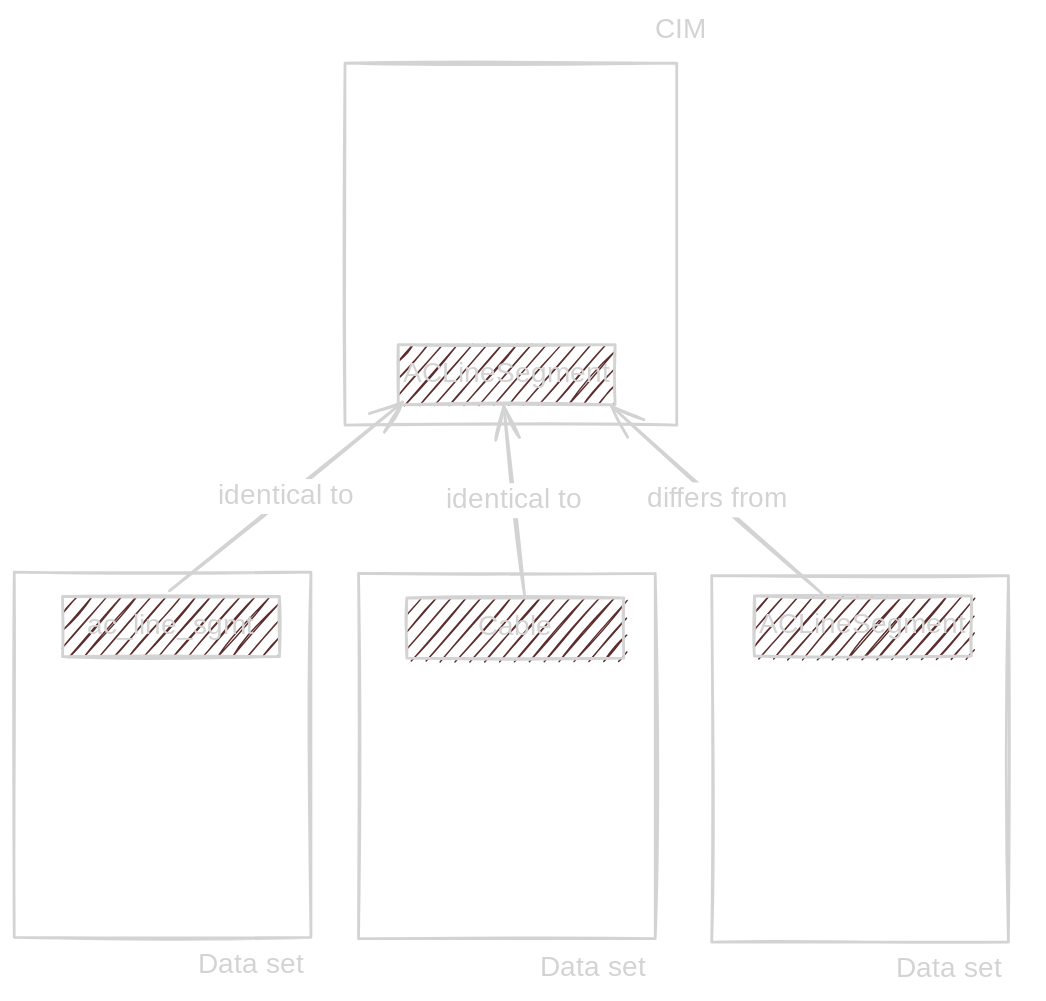
Before: cimug2024/Attachments/index 2024-05-12 16.06.21.excalidraw.dark.svg, a diagram exported from Excalidraw (bartkl/presentations). Source tidied: one line per element, renumbered; positions are measured from the earlier drawing's top-left corner, leaving out a move shared by most shapes. Its diagram source:
```json
{"id": 0, "type": "rectangle", "strokeColor": "#1e1e1e", "strokeWidth": 2, "roughness": 1, "x": 498, "y": 401, "width": 212, "height": 262}
{"id": 1, "type": "rectangle", "strokeColor": "#1e1e1e", "strokeWidth": 2, "roughness": 1, "x": 236, "y": 35, "width": 237, "height": 259}
{"id": 2, "type": "text", "text": "CIM", "strokeColor": "#1e1e1e", "strokeWidth": 2, "roughness": 1, "fontSize": 19.81, "fontFamily": 1, "x": 458, "y": 0, "width": 39, "height": 25}
{"id": 3, "type": "text", "text": "Data set", "strokeColor": "#1e1e1e", "strokeWidth": 2, "roughness": 1, "fontSize": 20, "fontFamily": 1, "x": 630, "y": 670, "width": 97, "height": 25}
{"id": 4, "type": "rectangle", "strokeColor": "#1e1e1e", "backgroundColor": "#ffc9c9", "fillStyle": "hachure", "strokeWidth": 2, "roughness": 1, "x": 274, "y": 236, "width": 155, "height": 43}
{"id": 5, "type": "text", "text": "ACLineSegment", "strokeColor": "#1e1e1e", "strokeWidth": 2, "roughness": 1, "fontSize": 20, "fontFamily": 1, "textAlign": "center", "verticalAlign": "middle", "inside": 4, "x": 282, "y": 245, "width": 140, "height": 25}
{"id": 6, "type": "rectangle", "strokeColor": "#1e1e1e", "backgroundColor": "#ffc9c9", "fillStyle": "hachure", "strokeWidth": 2, "roughness": 1, "x": 529, "y": 416, "width": 155, "height": 43}
{"id": 7, "type": "text", "text": "ACLineSegment", "strokeColor": "#1e1e1e", "strokeWidth": 2, "roughness": 1, "fontSize": 20, "fontFamily": 1, "textAlign": "center", "verticalAlign": "middle", "inside": 6, "x": 536, "y": 425, "width": 140, "height": 25}
{"id": 8, "type": "rectangle", "strokeColor": "#1e1e1e", "strokeWidth": 2, "roughness": 1, "x": 246, "y": 400, "width": 212, "height": 261}
{"id": 9, "type": "text", "text": "Data set", "strokeColor": "#1e1e1e", "strokeWidth": 2, "roughness": 1, "fontSize": 20, "fontFamily": 1, "x": 376, "y": 670, "width": 97, "height": 25}
{"id": 10, "type": "rectangle", "strokeColor": "#1e1e1e", "backgroundColor": "#ffc9c9", "fillStyle": "hachure", "strokeWidth": 2, "roughness": 1, "x": 280, "y": 417, "width": 155, "height": 43}
{"id": 11, "type": "text", "text": "Cable", "strokeColor": "#1e1e1e", "strokeWidth": 2, "roughness": 1, "fontSize": 20, "fontFamily": 1, "textAlign": "center", "verticalAlign": "middle", "inside": 10, "x": 332, "y": 426, "width": 53, "height": 25}
{"id": 12, "type": "arrow", "strokeColor": "#1e1e1e", "strokeWidth": 2, "roughness": 1, "endArrowhead": "arrow", "from": 10, "to": 4, "x": 365, "y": 415, "width": 15, "height": 135, "points": [[0, 0], [-15, -135]]}
{"id": 13, "type": "text", "text": "identical to", "strokeColor": "#1e1e1e", "strokeWidth": 2, "roughness": 1, "fontSize": 20, "fontFamily": 1, "textAlign": "center", "verticalAlign": "middle", "inside": 12, "x": 425, "y": 260, "width": 113, "height": 25}
{"id": 14, "type": "arrow", "strokeColor": "#1e1e1e", "strokeWidth": 2, "roughness": 1, "endArrowhead": "arrow", "from": 6, "to": 4, "x": 577, "y": 414, "width": 150, "height": 134, "points": [[0, 0], [-150, -134]]}
{"id": 15, "type": "text", "text": "differs from", "strokeColor": "#1e1e1e", "strokeWidth": 2, "roughness": 1, "fontSize": 20, "fontFamily": 1, "textAlign": "center", "verticalAlign": "middle", "inside": 14, "x": 565, "y": 324, "width": 118, "height": 25}
{"id": 16, "type": "rectangle", "strokeColor": "#1e1e1e", "strokeWidth": 2, "roughness": 1, "x": 0, "y": 399, "width": 212, "height": 261}
{"id": 17, "type": "text", "text": "Data set", "strokeColor": "#1e1e1e", "strokeWidth": 2, "roughness": 1, "fontSize": 20, "fontFamily": 1, "x": 131, "y": 668, "width": 97, "height": 25}
{"id": 18, "type": "rectangle", "strokeColor": "#1e1e1e", "backgroundColor": "#ffc9c9", "fillStyle": "hachure", "strokeWidth": 2, "roughness": 1, "x": 34, "y": 416, "width": 155, "height": 43}
{"id": 19, "type": "text", "text": "ac_line_sgmt", "strokeColor": "#1e1e1e", "strokeWidth": 2, "roughness": 1, "fontSize": 20, "fontFamily": 1, "textAlign": "center", "verticalAlign": "middle", "inside": 18, "x": 46, "y": 425, "width": 131, "height": 25}
{"id": 20, "type": "arrow", "strokeColor": "#1e1e1e", "backgroundColor": "#ffc9c9", "fillStyle": "hachure", "strokeWidth": 2, "roughness": 1, "endArrowhead": "arrow", "from": 18, "to": 4, "x": 111, "y": 412, "width": 166, "height": 135, "points": [[0, 0], [166, -135]]}
{"id": 21, "type": "text", "text": "identical to", "strokeColor": "#1e1e1e", "backgroundColor": "#ffc9c9", "fillStyle": "hachure", "strokeWidth": 2, "roughness": 1, "fontSize": 20, "fontFamily": 1, "textAlign": "center", "verticalAlign": "middle", "inside": 20, "x": 211, "y": 313, "width": 113, "height": 25}
```
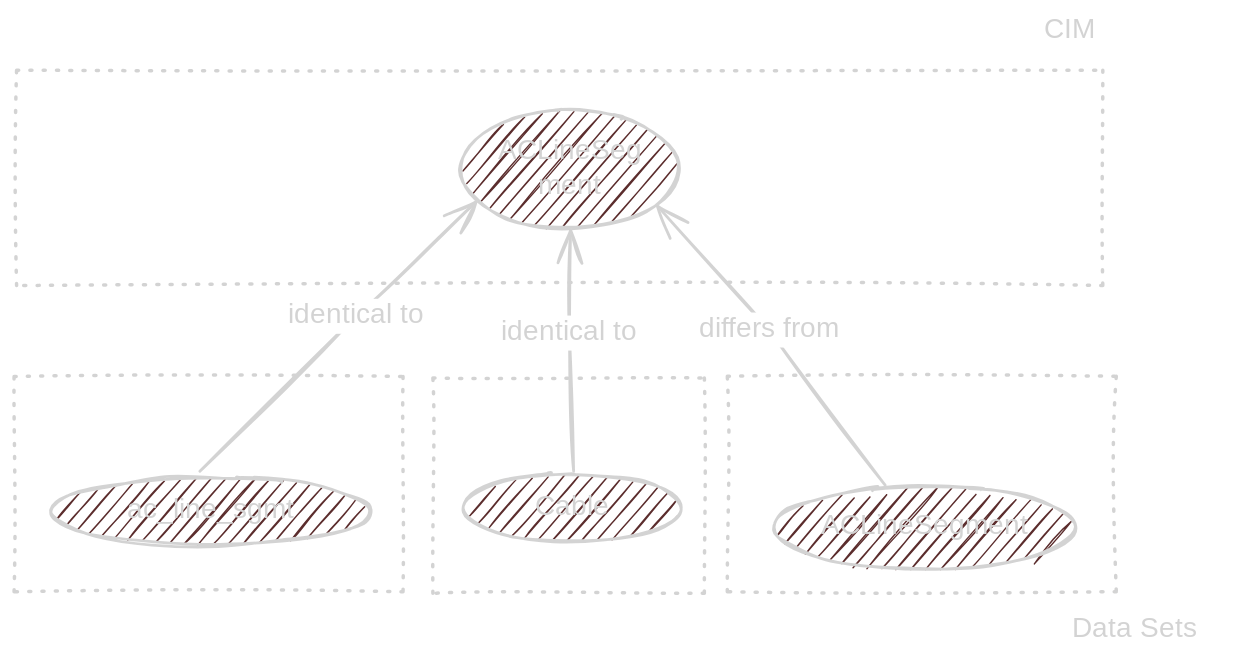
The same file after the commit.

The edit, as a diff of the source:
```diff
@@ -1,22 +1,20 @@
-{"id": 0, "type": "rectangle", "strokeColor": "#1e1e1e", "strokeWidth": 2, "roughness": 1, "x": 498, "y": 401, "width": 212, "height": 262}
-{"id": 1, "type": "rectangle", "strokeColor": "#1e1e1e", "strokeWidth": 2, "roughness": 1, "x": 236, "y": 35, "width": 237, "height": 259}
-{"id": 2, "type": "text", "text": "CIM", "strokeColor": "#1e1e1e", "strokeWidth": 2, "roughness": 1, "fontSize": 19.81, "fontFamily": 1, "x": 458, "y": 0, "width": 39, "height": 25}
+{"id": 2, "type": "text", "text": "CIM", "strokeColor": "#1e1e1e", "strokeWidth": 2, "roughness": 1, "fontSize": 19.81, "fontFamily": 1, "x": 680, "y": 82, "width": 39, "height": 25}
-{"id": 3, "type": "text", "text": "Data set", "strokeColor": "#1e1e1e", "strokeWidth": 2, "roughness": 1, "fontSize": 20, "fontFamily": 1, "x": 630, "y": 670, "width": 97, "height": 25}
-{"id": 4, "type": "rectangle", "strokeColor": "#1e1e1e", "backgroundColor": "#ffc9c9", "fillStyle": "hachure", "strokeWidth": 2, "roughness": 1, "x": 274, "y": 236, "width": 155, "height": 43}
+{"id": 4, "type": "ellipse", "strokeColor": "#1e1e1e", "backgroundColor": "#ffc9c9", "fillStyle": "hachure", "strokeWidth": 2, "roughness": 1, "x": 263, "y": 151, "width": 155, "height": 85}
-{"id": 5, "type": "text", "text": "ACLineSegment", "strokeColor": "#1e1e1e", "strokeWidth": 2, "roughness": 1, "fontSize": 20, "fontFamily": 1, "textAlign": "center", "verticalAlign": "middle", "inside": 4, "x": 282, "y": 245, "width": 140, "height": 25}
+{"id": 5, "type": "text", "text": "ACLineSeg\nment", "strokeColor": "#1e1e1e", "strokeWidth": 2, "roughness": 1, "fontSize": 20, "fontFamily": 1, "textAlign": "center", "verticalAlign": "middle", "inside": 4, "x": 293, "y": 168, "width": 96, "height": 50}
-{"id": 6, "type": "rectangle", "strokeColor": "#1e1e1e", "backgroundColor": "#ffc9c9", "fillStyle": "hachure", "strokeWidth": 2, "roughness": 1, "x": 529, "y": 416, "width": 155, "height": 43}
+{"id": 6, "type": "ellipse", "strokeColor": "#1e1e1e", "backgroundColor": "#ffc9c9", "fillStyle": "hachure", "strokeWidth": 2, "roughness": 1, "x": 487, "y": 419, "width": 215, "height": 60}
-{"id": 7, "type": "text", "text": "ACLineSegment", "strokeColor": "#1e1e1e", "strokeWidth": 2, "roughness": 1, "fontSize": 20, "fontFamily": 1, "textAlign": "center", "verticalAlign": "middle", "inside": 6, "x": 536, "y": 425, "width": 140, "height": 25}
+{"id": 7, "type": "text", "text": "ACLineSegment", "strokeColor": "#1e1e1e", "strokeWidth": 2, "roughness": 1, "fontSize": 20, "fontFamily": 1, "textAlign": "center", "verticalAlign": "middle", "inside": 6, "x": 525, "y": 437, "width": 140, "height": 25}
-{"id": 8, "type": "rectangle", "strokeColor": "#1e1e1e", "strokeWidth": 2, "roughness": 1, "x": 246, "y": 400, "width": 212, "height": 261}
-{"id": 9, "type": "text", "text": "Data set", "strokeColor": "#1e1e1e", "strokeWidth": 2, "roughness": 1, "fontSize": 20, "fontFamily": 1, "x": 376, "y": 670, "width": 97, "height": 25}
+{"id": 9, "type": "text", "text": "Data Sets", "strokeColor": "#1e1e1e", "strokeWidth": 2, "roughness": 1, "fontSize": 20, "fontFamily": 1, "x": 700, "y": 510, "width": 109, "height": 25}
-{"id": 10, "type": "rectangle", "strokeColor": "#1e1e1e", "backgroundColor": "#ffc9c9", "fillStyle": "hachure", "strokeWidth": 2, "roughness": 1, "x": 280, "y": 417, "width": 155, "height": 43}
+{"id": 10, "type": "ellipse", "strokeColor": "#1e1e1e", "backgroundColor": "#ffc9c9", "fillStyle": "hachure", "strokeWidth": 2, "roughness": 1, "x": 265, "y": 411, "width": 155, "height": 49}
-{"id": 11, "type": "text", "text": "Cable", "strokeColor": "#1e1e1e", "strokeWidth": 2, "roughness": 1, "fontSize": 20, "fontFamily": 1, "textAlign": "center", "verticalAlign": "middle", "inside": 10, "x": 332, "y": 426, "width": 53, "height": 25}
+{"id": 11, "type": "text", "text": "Cable", "strokeColor": "#1e1e1e", "strokeWidth": 2, "roughness": 1, "fontSize": 20, "fontFamily": 1, "textAlign": "center", "verticalAlign": "middle", "inside": 10, "x": 317, "y": 423, "width": 53, "height": 25}
-{"id": 12, "type": "arrow", "strokeColor": "#1e1e1e", "strokeWidth": 2, "roughness": 1, "endArrowhead": "arrow", "from": 10, "to": 4, "x": 365, "y": 415, "width": 15, "height": 135, "points": [[0, 0], [-15, -135]]}
+{"id": 12, "type": "arrow", "strokeColor": "#1e1e1e", "strokeWidth": 2, "roughness": 1, "endArrowhead": "arrow", "from": 10, "to": 4, "x": 344, "y": 409, "width": 3, "height": 172, "points": [[0, 0], [-3, -99], [-2, -172]]}
 {"id": 13, "type": "text", "text": "identical to", "strokeColor": "#1e1e1e", "strokeWidth": 2, "roughness": 1, "fontSize": 20, "fontFamily": 1, "textAlign": "center", "verticalAlign": "middle", "inside": 12, "x": 425, "y": 260, "width": 113, "height": 25}
-{"id": 14, "type": "arrow", "strokeColor": "#1e1e1e", "strokeWidth": 2, "roughness": 1, "endArrowhead": "arrow", "from": 6, "to": 4, "x": 577, "y": 414, "width": 150, "height": 134, "points": [[0, 0], [-150, -134]]}
+{"id": 14, "type": "arrow", "strokeColor": "#1e1e1e", "strokeWidth": 2, "roughness": 1, "endArrowhead": "arrow", "from": 6, "to": 4, "x": 567, "y": 419, "width": 163, "height": 200, "points": [[0, 0], [-83, -111], [-163, -200]]}
 {"id": 15, "type": "text", "text": "differs from", "strokeColor": "#1e1e1e", "strokeWidth": 2, "roughness": 1, "fontSize": 20, "fontFamily": 1, "textAlign": "center", "verticalAlign": "middle", "inside": 14, "x": 565, "y": 324, "width": 118, "height": 25}
-{"id": 16, "type": "rectangle", "strokeColor": "#1e1e1e", "strokeWidth": 2, "roughness": 1, "x": 0, "y": 399, "width": 212, "height": 261}
-{"id": 17, "type": "text", "text": "Data set", "strokeColor": "#1e1e1e", "strokeWidth": 2, "roughness": 1, "fontSize": 20, "fontFamily": 1, "x": 131, "y": 668, "width": 97, "height": 25}
-{"id": 18, "type": "rectangle", "strokeColor": "#1e1e1e", "backgroundColor": "#ffc9c9", "fillStyle": "hachure", "strokeWidth": 2, "roughness": 1, "x": 34, "y": 416, "width": 155, "height": 43}
+{"id": 18, "type": "ellipse", "strokeColor": "#1e1e1e", "backgroundColor": "#ffc9c9", "fillStyle": "hachure", "strokeWidth": 2, "roughness": 1, "x": -30, "y": 413, "width": 228, "height": 49}
-{"id": 19, "type": "text", "text": "ac_line_sgmt", "strokeColor": "#1e1e1e", "strokeWidth": 2, "roughness": 1, "fontSize": 20, "fontFamily": 1, "textAlign": "center", "verticalAlign": "middle", "inside": 18, "x": 46, "y": 425, "width": 131, "height": 25}
+{"id": 19, "type": "text", "text": "ac_line_sgmt", "strokeColor": "#1e1e1e", "strokeWidth": 2, "roughness": 1, "fontSize": 20, "fontFamily": 1, "textAlign": "center", "verticalAlign": "middle", "inside": 18, "x": 19, "y": 425, "width": 131, "height": 25}
-{"id": 20, "type": "arrow", "strokeColor": "#1e1e1e", "backgroundColor": "#ffc9c9", "fillStyle": "hachure", "strokeWidth": 2, "roughness": 1, "endArrowhead": "arrow", "from": 18, "to": 4, "x": 111, "y": 412, "width": 166, "height": 135, "points": [[0, 0], [166, -135]]}
+{"id": 20, "type": "arrow", "strokeColor": "#1e1e1e", "backgroundColor": "#ffc9c9", "fillStyle": "hachure", "strokeWidth": 2, "roughness": 1, "endArrowhead": "arrow", "from": 18, "to": 4, "x": 77, "y": 409, "width": 197, "height": 193, "points": [[0, 0], [111, -111], [197, -193]]}
 {"id": 21, "type": "text", "text": "identical to", "strokeColor": "#1e1e1e", "backgroundColor": "#ffc9c9", "fillStyle": "hachure", "strokeWidth": 2, "roughness": 1, "fontSize": 20, "fontFamily": 1, "textAlign": "center", "verticalAlign": "middle", "inside": 20, "x": 211, "y": 313, "width": 113, "height": 25}
+{"id": 22, "type": "rectangle", "strokeColor": "#1e1e1e", "strokeWidth": 2, "strokeStyle": "dotted", "roughness": 1, "x": -54, "y": 122, "width": 776, "height": 154}
+{"id": 23, "type": "rectangle", "strokeColor": "#1e1e1e", "strokeWidth": 2, "strokeStyle": "dotted", "roughness": 1, "x": -56, "y": 341, "width": 278, "height": 154}
+{"id": 24, "type": "rectangle", "strokeColor": "#1e1e1e", "strokeWidth": 2, "strokeStyle": "dotted", "roughness": 1, "x": 454, "y": 341, "width": 278, "height": 154}
+{"id": 25, "type": "rectangle", "strokeColor": "#1e1e1e", "strokeWidth": 2, "strokeStyle": "dotted", "roughness": 1, "x": 243, "y": 342, "width": 194, "height": 154}
```
